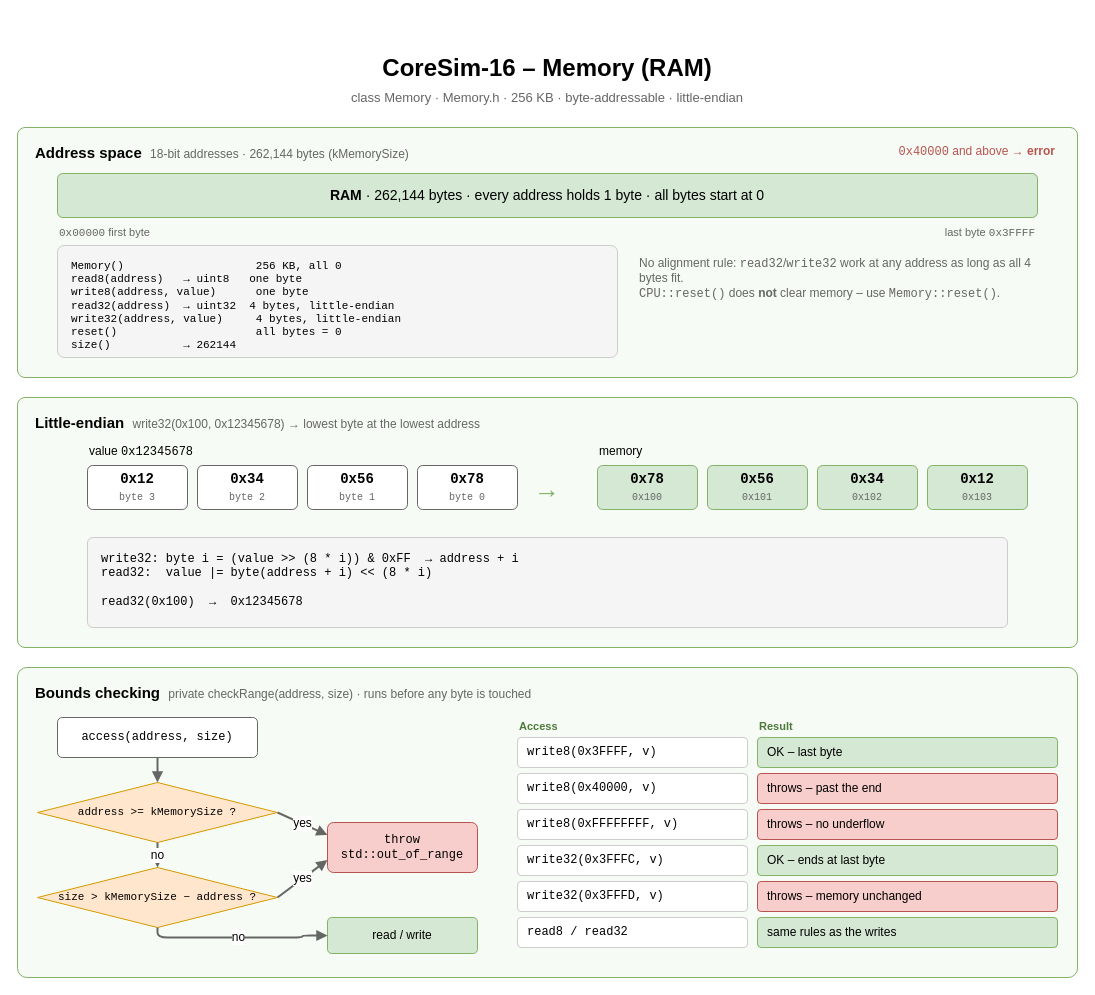
kpolet2010-hue/CoreSim keeps this draw.io diagram as page "Memory" (2 of 2) of diagrams/registers-memory.drawio. Above is the earlier version. Source tidied: cells renumbered, new cells numbered last; positions are measured from the earlier drawing's top-left corner, leaving out a move shared by most shapes. Both pictures are drawn from the tidied source at 100%, with x=0, y=0 at pixel (17, 47).
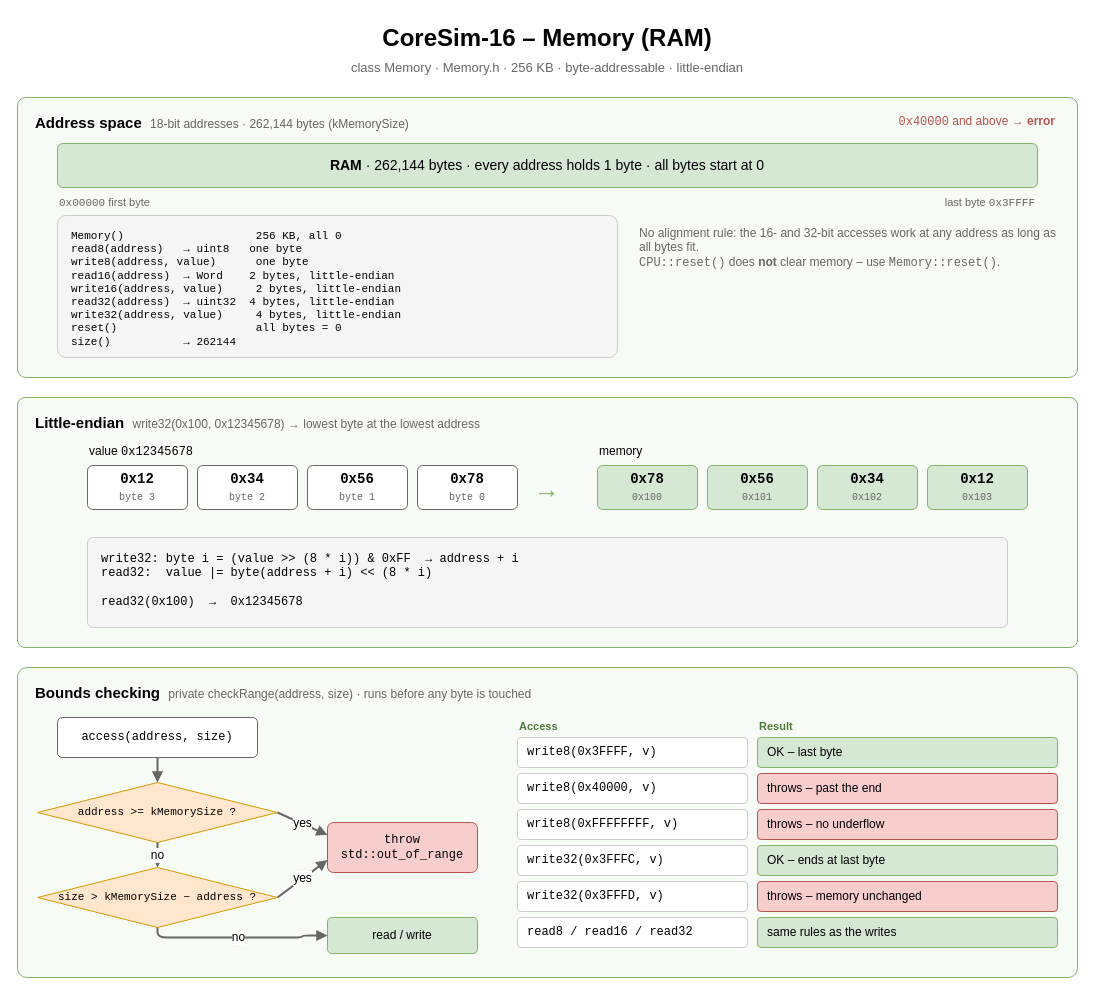
Above is the later version.

Commit message (it also covers changes not shown here):
docs: document read16, write16, LOAD and STORE

What changed in the source:
```diff
@@
     <mxCell id="2" value="CoreSim-16 &amp;ndash; Memory (RAM)" style="text;html=1;strokeColor=none;fillColor=none;whiteSpace=wrap;fontFamily=Helvetica;fontSize=24;fontStyle=1;align=center;" parent="1" vertex="1">
-      <mxGeometry width="1060" height="36" as="geometry" />
+      <mxGeometry y="-30" width="1060" height="36" as="geometry" />
     </mxCell>
     <mxCell id="3" value="class Memory &amp;middot; Memory.h &amp;middot; 256 KB &amp;middot; byte-addressable &amp;middot; little-endian" style="text;html=1;strokeColor=none;fillColor=none;whiteSpace=wrap;fontFamily=Helvetica;fontSize=13;fontColor=#666666;align=center;" parent="1" vertex="1">
-      <mxGeometry y="36" width="1060" height="24" as="geometry" />
+      <mxGeometry y="6" width="1060" height="24" as="geometry" />
     </mxCell>
     <mxCell id="4" value="Address space&amp;nbsp;&amp;nbsp;&lt;span style=&quot;font-weight:normal;font-size:12px;color:#666666&quot;&gt;18-bit addresses &amp;middot; 262,144 bytes (kMemorySize)&lt;/span&gt;" style="rounded=1;arcSize=3;whiteSpace=wrap;html=1;verticalAlign=top;align=left;spacingLeft=16;spacingTop=10;fontSize=15;fontStyle=1;fontFamily=Helvetica;fillColor=#f7fbf5;strokeColor=#82b366;" parent="1" vertex="1">
-      <mxGeometry y="80" width="1060" height="250" as="geometry" />
+      <mxGeometry y="50" width="1060" height="280" as="geometry" />
     </mxCell>
     <mxCell id="5" value="&lt;b&gt;RAM&lt;/b&gt; &amp;middot; 262,144 bytes &amp;middot; every address holds 1 byte &amp;middot; all bytes start at 0" style="rounded=1;arcSize=12;whiteSpace=wrap;html=1;fontFamily=Helvetica;fillColor=#d5e8d4;strokeColor=#82b366;fontSize=14;" parent="1" vertex="1">
-      <mxGeometry x="40" y="126" width="980" height="44" as="geometry" />
+      <mxGeometry x="40" y="96" width="980" height="44" as="geometry" />
     </mxCell>
     <mxCell id="6" value="&lt;code&gt;0x00000&lt;/code&gt; first byte" style="text;html=1;strokeColor=none;fillColor=none;whiteSpace=wrap;fontFamily=Helvetica;fontSize=11;fontColor=#666666;align=left;" parent="1" vertex="1">
-      <mxGeometry x="40" y="172" width="200" height="16" as="geometry" />
+      <mxGeometry x="40" y="142" width="200" height="16" as="geometry" />
     </mxCell>
     <mxCell id="7" value="last byte &lt;code&gt;0x3FFFF&lt;/code&gt;" style="text;html=1;strokeColor=none;fillColor=none;whiteSpace=wrap;fontFamily=Helvetica;fontSize=11;fontColor=#666666;align=right;" parent="1" vertex="1">
-      <mxGeometry x="820" y="172" width="200" height="16" as="geometry" />
+      <mxGeometry x="820" y="142" width="200" height="16" as="geometry" />
     </mxCell>
     <mxCell id="8" value="&lt;code&gt;0x40000&lt;/code&gt; and above &amp;rarr; &lt;b&gt;error&lt;/b&gt;" style="text;html=1;strokeColor=none;fillColor=none;whiteSpace=wrap;fontFamily=Helvetica;fontSize=12;fontColor=#b85450;align=right;" parent="1" vertex="1">
-      <mxGeometry x="800" y="90" width="240" height="24" as="geometry" />
+      <mxGeometry x="800" y="60" width="240" height="24" as="geometry" />
     </mxCell>
-    <mxCell id="9" value="Memory()&amp;nbsp;&amp;nbsp;&amp;nbsp;&amp;nbsp;&amp;nbsp;&amp;nbsp;&amp;nbsp;&amp;nbsp;&amp;nbsp;&amp;nbsp;&amp;nbsp;&amp;nbsp;&amp;nbsp;&amp;nbsp;&amp;nbsp;&amp;nbsp;&amp;nbsp;&amp;nbsp;&amp;nbsp;&amp;nbsp;256&amp;nbsp;KB,&amp;nbsp;all&amp;nbsp;0&lt;br&gt;read8(address)&amp;nbsp;&amp;nbsp;&amp;nbsp;&amp;rarr;&amp;nbsp;uint8&amp;nbsp;&amp;nbsp;&amp;nbsp;one&amp;nbsp;byte&lt;br&gt;write8(address,&amp;nbsp;value)&amp;nbsp;&amp;nbsp;&amp;nbsp;&amp;nbsp;&amp;nbsp;&amp;nbsp;one&amp;nbsp;byte&lt;br&gt;read32(address)&amp;nbsp;&amp;nbsp;&amp;rarr;&amp;nbsp;uint32&amp;nbsp;&amp;nbsp;4&amp;nbsp;bytes,&amp;nbsp;little-endian&lt;br&gt;write32(address,&amp;nbsp;value)&amp;nbsp;&amp;nbsp;&amp;nbsp;&amp;nbsp;&amp;nbsp;4&amp;nbsp;bytes,&amp;nbsp;little-endian&lt;br&gt;reset()&amp;nbsp;&amp;nbsp;&amp;nbsp;&amp;nbsp;&amp;nbsp;&amp;nbsp;&amp;nbsp;&amp;nbsp;&amp;nbsp;&amp;nbsp;&amp;nbsp;&amp;nbsp;&amp;nbsp;&amp;nbsp;&amp;nbsp;&amp;nbsp;&amp;nbsp;&amp;nbsp;&amp;nbsp;&amp;nbsp;&amp;nbsp;all&amp;nbsp;bytes&amp;nbsp;=&amp;nbsp;0&lt;br&gt;size()&amp;nbsp;&amp;nbsp;&amp;nbsp;&amp;nbsp;&amp;nbsp;&amp;nbsp;&amp;nbsp;&amp;nbsp;&amp;nbsp;&amp;nbsp;&amp;nbsp;&amp;rarr;&amp;nbsp;262144" style="rounded=1;arcSize=6;whiteSpace=wrap;html=1;align=left;verticalAlign=top;spacingLeft=12;spacingTop=8;fillColor=#f5f5f5;strokeColor=#cccccc;fontSize=12;fontFamily=Courier New;fontSize=11;" parent="1" vertex="1">
-      <mxGeometry x="40" y="198" width="560" height="112" as="geometry" />
+    <mxCell id="9" value="Memory()&amp;nbsp;&amp;nbsp;&amp;nbsp;&amp;nbsp;&amp;nbsp;&amp;nbsp;&amp;nbsp;&amp;nbsp;&amp;nbsp;&amp;nbsp;&amp;nbsp;&amp;nbsp;&amp;nbsp;&amp;nbsp;&amp;nbsp;&amp;nbsp;&amp;nbsp;&amp;nbsp;&amp;nbsp;&amp;nbsp;256&amp;nbsp;KB,&amp;nbsp;all&amp;nbsp;0&lt;br&gt;read8(address)&amp;nbsp;&amp;nbsp;&amp;nbsp;&amp;rarr;&amp;nbsp;uint8&amp;nbsp;&amp;nbsp;&amp;nbsp;one&amp;nbsp;byte&lt;br&gt;write8(address,&amp;nbsp;value)&amp;nbsp;&amp;nbsp;&amp;nbsp;&amp;nbsp;&amp;nbsp;&amp;nbsp;one&amp;nbsp;byte&lt;br&gt;read16(address)&amp;nbsp;&amp;nbsp;&amp;rarr;&amp;nbsp;Word&amp;nbsp;&amp;nbsp;&amp;nbsp;&amp;nbsp;2&amp;nbsp;bytes,&amp;nbsp;little-endian&lt;br&gt;write16(address,&amp;nbsp;value)&amp;nbsp;&amp;nbsp;&amp;nbsp;&amp;nbsp;&amp;nbsp;2&amp;nbsp;bytes,&amp;nbsp;little-endian&lt;br&gt;read32(address)&amp;nbsp;&amp;nbsp;&amp;rarr;&amp;nbsp;uint32&amp;nbsp;&amp;nbsp;4&amp;nbsp;bytes,&amp;nbsp;little-endian&lt;br&gt;write32(address,&amp;nbsp;value)&amp;nbsp;&amp;nbsp;&amp;nbsp;&amp;nbsp;&amp;nbsp;4&amp;nbsp;bytes,&amp;nbsp;little-endian&lt;br&gt;reset()&amp;nbsp;&amp;nbsp;&amp;nbsp;&amp;nbsp;&amp;nbsp;&amp;nbsp;&amp;nbsp;&amp;nbsp;&amp;nbsp;&amp;nbsp;&amp;nbsp;&amp;nbsp;&amp;nbsp;&amp;nbsp;&amp;nbsp;&amp;nbsp;&amp;nbsp;&amp;nbsp;&amp;nbsp;&amp;nbsp;&amp;nbsp;all&amp;nbsp;bytes&amp;nbsp;=&amp;nbsp;0&lt;br&gt;size()&amp;nbsp;&amp;nbsp;&amp;nbsp;&amp;nbsp;&amp;nbsp;&amp;nbsp;&amp;nbsp;&amp;nbsp;&amp;nbsp;&amp;nbsp;&amp;nbsp;&amp;rarr;&amp;nbsp;262144" style="rounded=1;arcSize=6;whiteSpace=wrap;html=1;align=left;verticalAlign=top;spacingLeft=12;spacingTop=8;fillColor=#f5f5f5;strokeColor=#cccccc;fontSize=12;fontFamily=Courier New;fontSize=11;" parent="1" vertex="1">
+      <mxGeometry x="40" y="168" width="560" height="142" as="geometry" />
     </mxCell>
-    <mxCell id="10" value="No alignment rule: &lt;code&gt;read32&lt;/code&gt;/&lt;code&gt;write32&lt;/code&gt; work at any address as long as all 4 bytes fit.&lt;br&gt;&lt;code&gt;CPU::reset()&lt;/code&gt; does &lt;b&gt;not&lt;/b&gt; clear memory &amp;ndash; use &lt;code&gt;Memory::reset()&lt;/code&gt;." style="text;html=1;strokeColor=none;fillColor=none;whiteSpace=wrap;fontFamily=Helvetica;fontSize=12;fontColor=#666666;align=left;" parent="1" vertex="1">
-      <mxGeometry x="620" y="202" width="420" height="100" as="geometry" />
+    <mxCell id="10" value="No alignment rule: the 16- and 32-bit accesses work at any address as long as all bytes fit.&lt;br&gt;&lt;code&gt;CPU::reset()&lt;/code&gt; does &lt;b&gt;not&lt;/b&gt; clear memory &amp;ndash; use &lt;code&gt;Memory::reset()&lt;/code&gt;." style="text;html=1;strokeColor=none;fillColor=none;whiteSpace=wrap;fontFamily=Helvetica;fontSize=12;fontColor=#666666;align=left;" parent="1" vertex="1">
+      <mxGeometry x="620" y="172" width="420" height="100" as="geometry" />
     </mxCell>
@@
-    <mxCell id="47" value="read8 / read32" style="rounded=1;arcSize=12;whiteSpace=wrap;html=1;fontFamily=Helvetica;fillColor=#ffffff;strokeColor=#cccccc;align=left;spacingLeft=8;fontSize=12;fontFamily=Courier New;" parent="1" vertex="1">
+    <mxCell id="47" value="read8 / read16 / read32" style="rounded=1;arcSize=12;whiteSpace=wrap;html=1;fontFamily=Helvetica;fillColor=#ffffff;strokeColor=#cccccc;align=left;spacingLeft=8;fontSize=12;fontFamily=Courier New;" parent="1" vertex="1">
       <mxGeometry x="500" y="870" width="230" height="30" as="geometry" />
     </mxCell>
```
